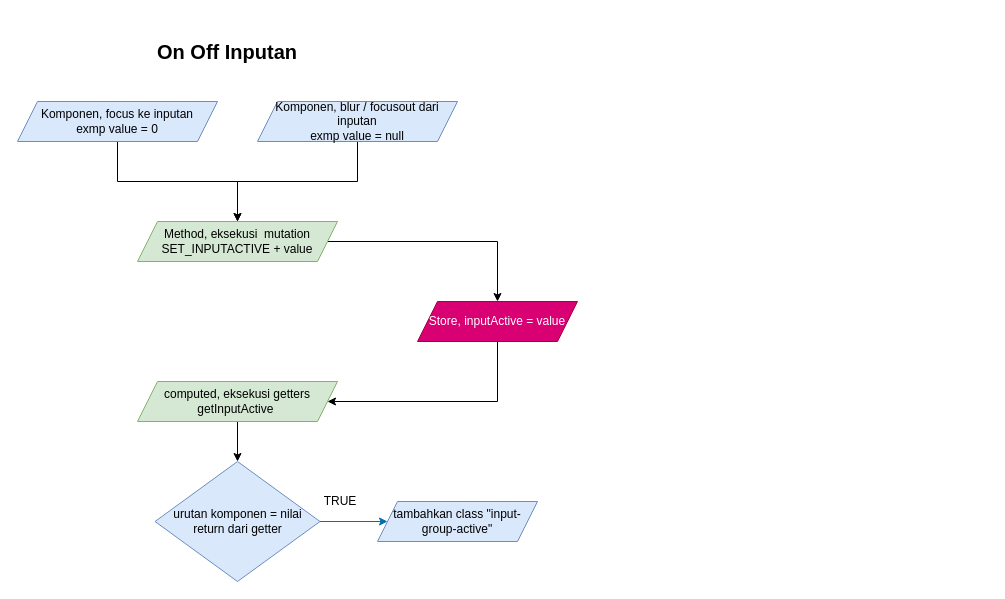
Above: Untitled Diagram.drawio in webprogrammingunpas/wpu-resolusi (draw.io), before the change. Source tidied: cells renumbered, new cells numbered last; positions are measured from the earlier drawing's top-left corner, leaving out a move shared by most shapes. Both pictures are drawn from the tidied source at 100%, with x=0, y=0 at pixel (17, 41).
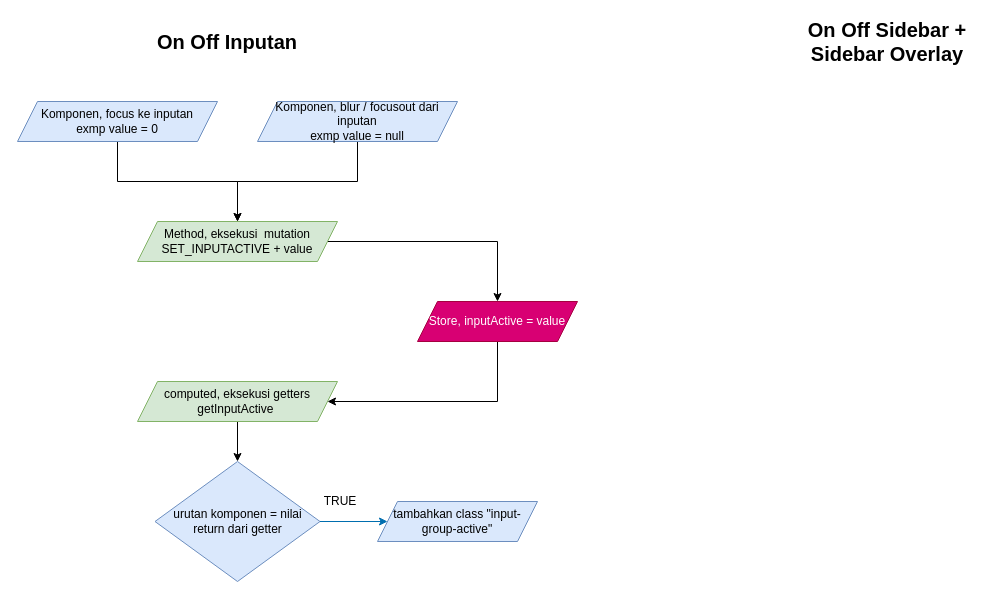
The same page after the edit.

What changed in the source:
```diff
@@
     <mxCell id="6" value="&lt;b&gt;&lt;font style=&quot;font-size: 20px&quot;&gt;On Off Inputan&lt;/font&gt;&lt;/b&gt;" style="text;html=1;strokeColor=none;fillColor=none;align=center;verticalAlign=middle;whiteSpace=wrap;rounded=0;" parent="1" vertex="1">
-      <mxGeometry x="110" width="200" height="20" as="geometry" />
+      <mxGeometry x="110" y="-20" width="200" height="40" as="geometry" />
     </mxCell>
@@
+    <mxCell id="18" value="&lt;span style=&quot;font-size: 20px&quot;&gt;&lt;b&gt;On Off Sidebar + Sidebar Overlay&lt;/b&gt;&lt;/span&gt;" style="text;html=1;strokeColor=none;fillColor=none;align=center;verticalAlign=middle;whiteSpace=wrap;rounded=0;" parent="1" vertex="1">
+      <mxGeometry x="770" y="-20" width="200" height="40" as="geometry" />
+    </mxCell>
```
